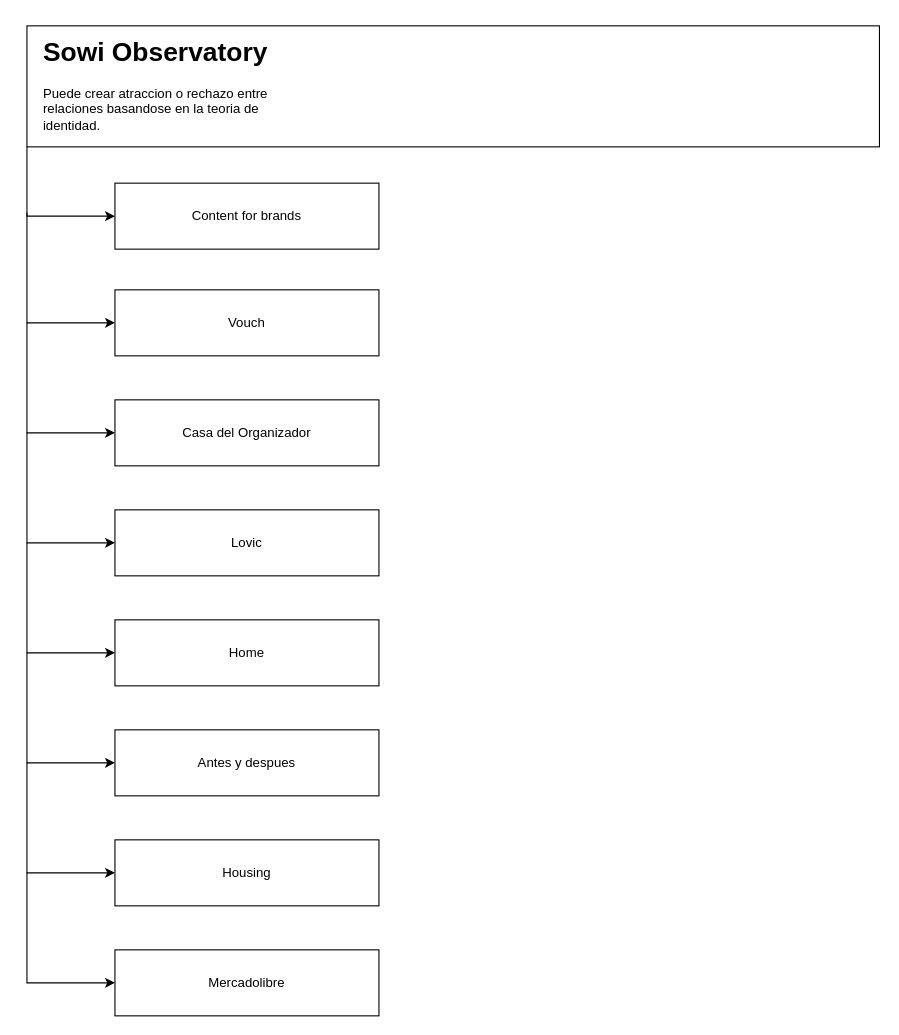
Earlier version of the draw.io diagram Sowi Observatory.drawio (LOGALDO/LOGALDO). Source tidied: cells renumbered, new cells numbered last; positions are measured from the earlier drawing's top-left corner, leaving out a move shared by most shapes. Both pictures are drawn from the tidied source at 110%, with x=0, y=0 at pixel (26, 25).
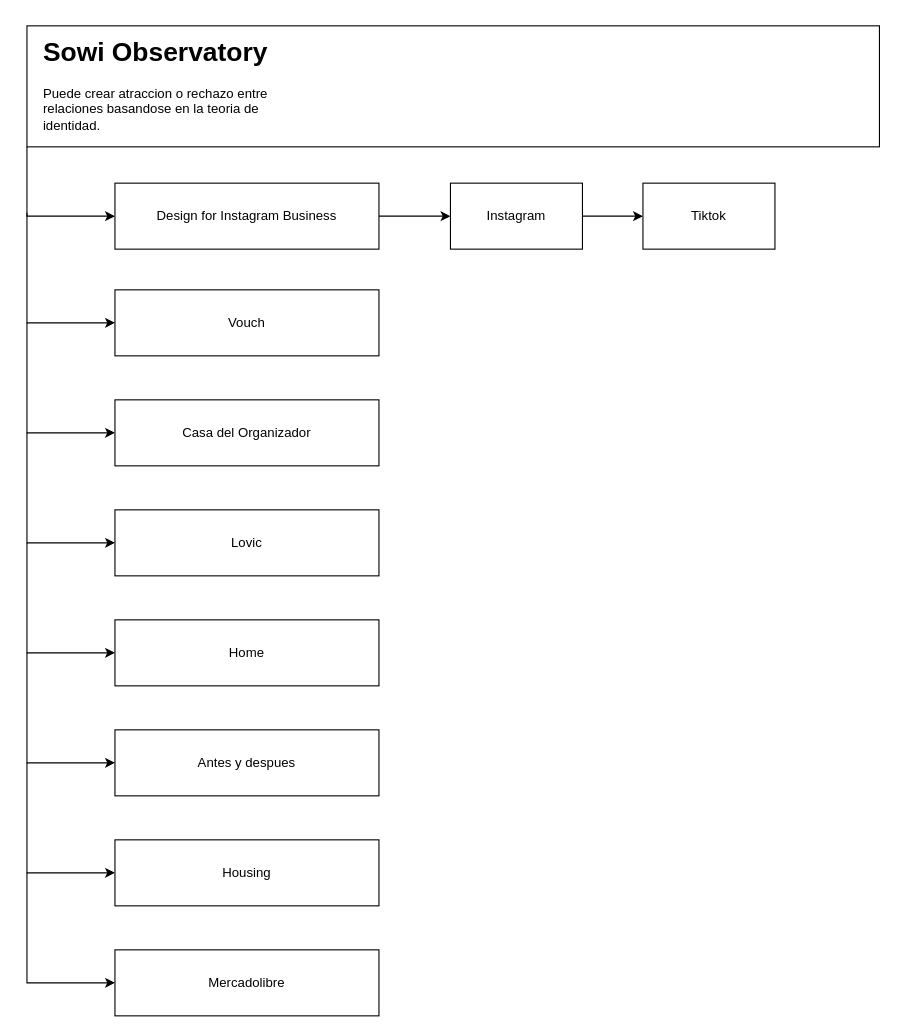
The same diagram, later.

What changed in the source:
```diff
@@
+    <mxCell id="20" style="edgeStyle=orthogonalEdgeStyle;rounded=0;jettySize=auto;html=1;" parent="1" edge="1" source="17" target="22">
+      <mxGeometry relative="1" as="geometry" />
+    </mxCell>
-    <mxCell id="17" value="Content for brands" style="rounded=0;whiteSpace=wrap;html=1;" parent="1" vertex="1">
+    <mxCell id="17" value="Design for Instagram Business" style="rounded=0;whiteSpace=wrap;html=1;" parent="1" vertex="1">
       <mxGeometry x="80" y="143" width="240" height="60" as="geometry" />
     </mxCell>
@@
+    <mxCell id="21" style="edgeStyle=orthogonalEdgeStyle;rounded=0;jettySize=auto;html=1;" parent="1" edge="1" source="22" target="23">
+      <mxGeometry relative="1" as="geometry" />
+    </mxCell>
+    <mxCell id="22" value="Instagram" style="rounded=0;whiteSpace=wrap;html=1;" parent="1" vertex="1">
+      <mxGeometry x="385" y="143" width="120" height="60" as="geometry" />
+    </mxCell>
+    <mxCell id="23" value="Tiktok" style="rounded=0;whiteSpace=wrap;html=1;" parent="1" vertex="1">
+      <mxGeometry x="560" y="143" width="120" height="60" as="geometry" />
+    </mxCell>
```
